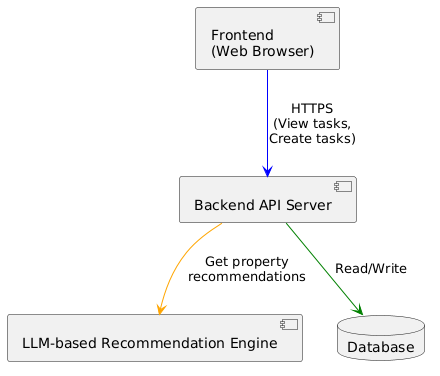
Before: capstone_artifacts/app_component_diagram.png, a diagram exported from PlantUML (rakaschm/Capstone-Team-2). Its diagram source:
```plantuml
@startuml
component "Frontend\n(Web Browser)" as Frontend
component "Backend API Server" as Backend
component "LLM-based Recommendation Engine" as LLM
database "Database" as DB

Frontend -[#blue]-> Backend : HTTPS\n(View tasks,\nCreate tasks)
Backend -[#green]-> DB : Read/Write
Backend -[#orange]-> LLM : Get property\nrecommendations
@enduml
```
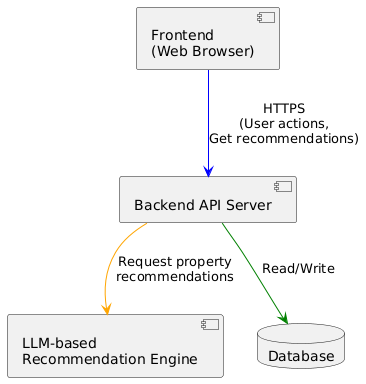
The same diagram one commit later.

What changed in the source:
```diff
@@ -1,10 +1,11 @@
 @startuml
+
 component "Frontend\n(Web Browser)" as Frontend
 component "Backend API Server" as Backend
-component "LLM-based Recommendation Engine" as LLM
+component "LLM-based\nRecommendation Engine" as LLM
 database "Database" as DB
 
-Frontend -[#blue]-> Backend : HTTPS\n(View tasks,\nCreate tasks)
+Frontend -[#blue]-> Backend : HTTPS\n(User actions,\nGet recommendations)
 Backend -[#green]-> DB : Read/Write
-Backend -[#orange]-> LLM : Get property\nrecommendations
+Backend -[#orange]-> LLM : Request property\nrecommendations
 @enduml
```
